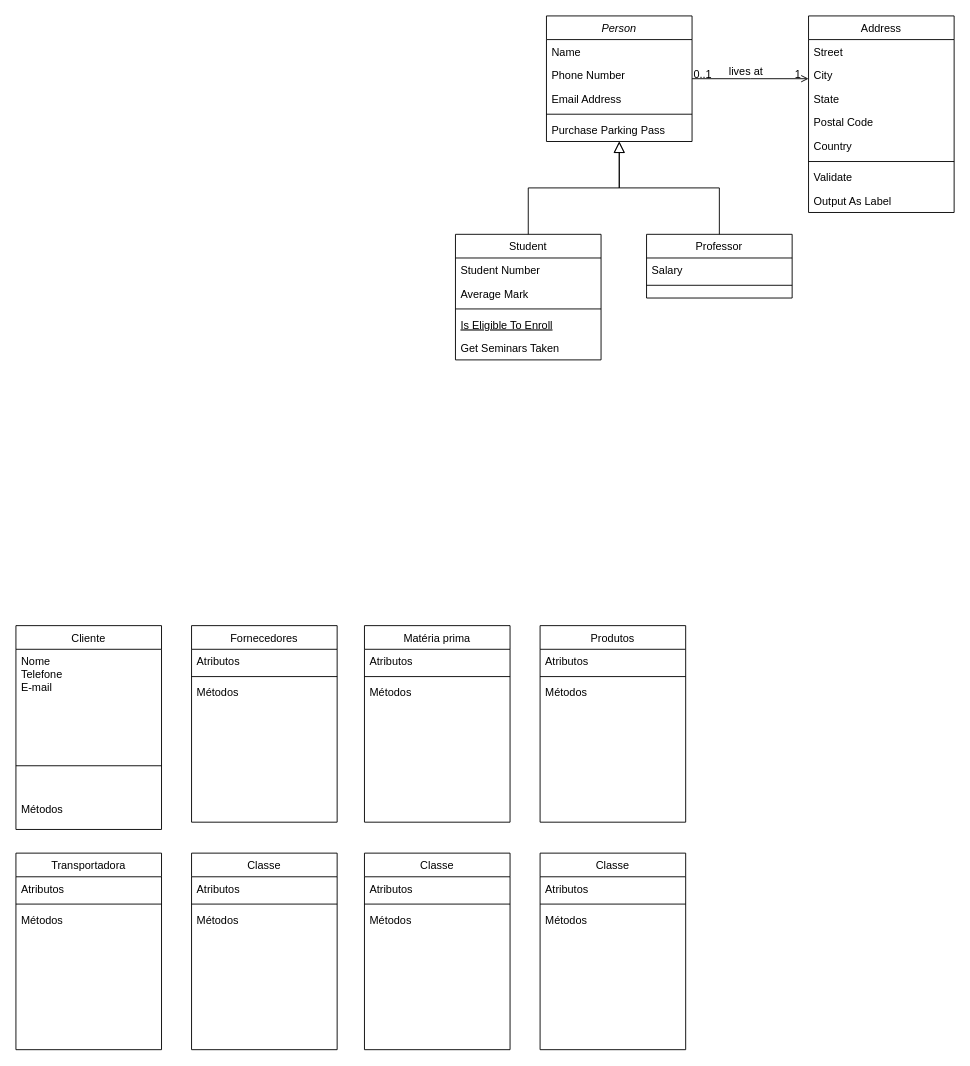
Above: diagramadeclasses.drawio in Barrosmaria07/fluxograma (draw.io), before the change. Source tidied: cells renumbered, new cells numbered last; positions are measured from the earlier drawing's top-left corner, leaving out a move shared by most shapes. Both pictures are drawn from the tidied source at 91%, with x=0, y=0 at pixel (15, 15).
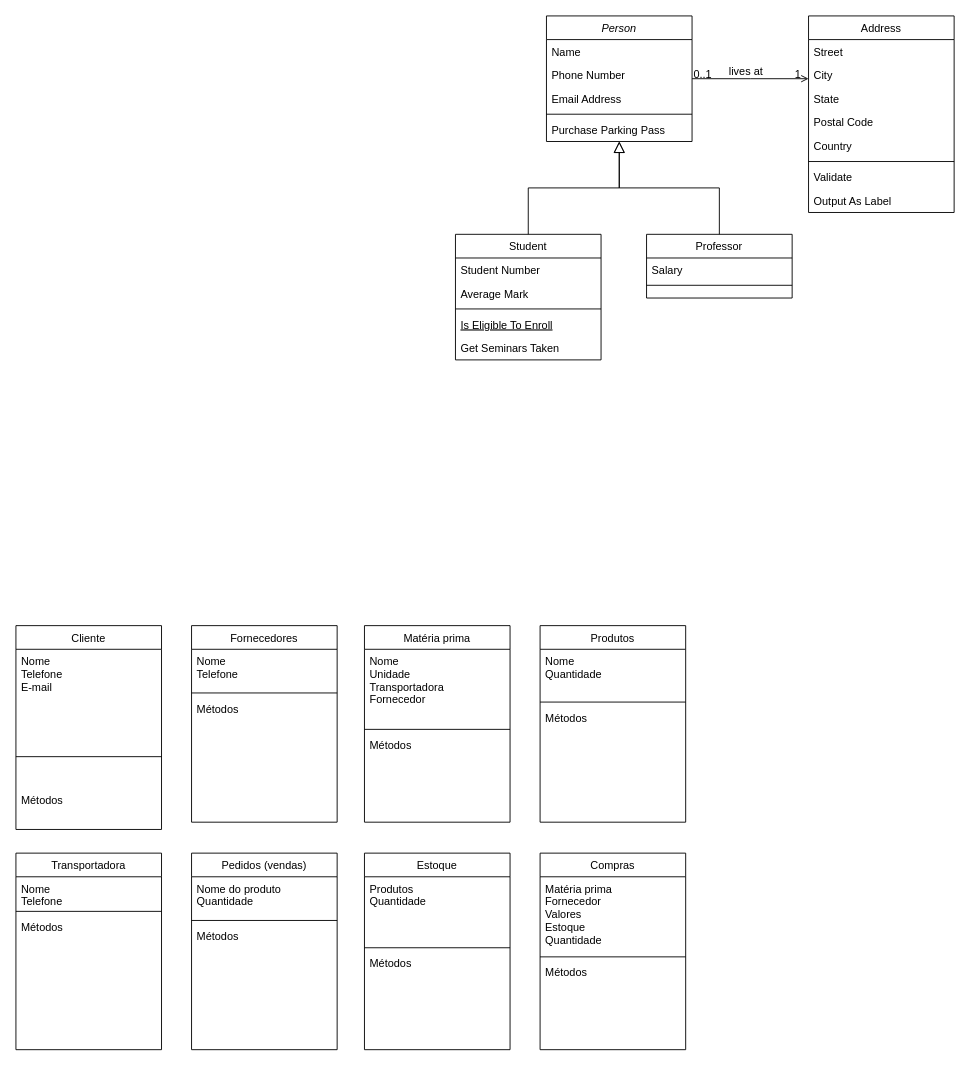
The same diagram, later.

Commit message:
diagramas de tela

Unchanged cells that the change refers to:
```xml
<mxCell id="32" value="Transportadora" style="swimlane;fontStyle=0;align=center;verticalAlign=top;horizontal=1;startSize=26;rounded=0;shadow=0;strokeWidth=1;" parent="1" vertex="1">
  <mxGeometry y="920" width="160" height="216" as="geometry" />
</mxCell>
<mxCell id="36" value="Fornecedores" style="swimlane;fontStyle=0;align=center;verticalAlign=top;horizontal=1;startSize=26;rounded=0;shadow=0;strokeWidth=1;" parent="1" vertex="1">
  <mxGeometry x="193" y="670" width="160" height="216" as="geometry" />
</mxCell>
<mxCell id="48" value="Cliente" style="swimlane;fontStyle=0;align=center;verticalAlign=top;horizontal=1;startSize=26;rounded=0;shadow=0;strokeWidth=1;" parent="1" vertex="1">
  <mxGeometry y="670" width="160" height="224" as="geometry" />
</mxCell>
<mxCell id="56" value="Matéria prima" style="swimlane;fontStyle=0;align=center;verticalAlign=top;horizontal=1;startSize=26;rounded=0;shadow=0;strokeWidth=1;" parent="1" vertex="1">
  <mxGeometry x="383" y="670" width="160" height="216" as="geometry" />
</mxCell>
<mxCell id="60" value="Produtos" style="swimlane;fontStyle=0;align=center;verticalAlign=top;horizontal=1;startSize=26;rounded=0;shadow=0;strokeWidth=1;" parent="1" vertex="1">
  <mxGeometry x="576" y="670" width="160" height="216" as="geometry" />
</mxCell>
```

The edit, as a diff of the source:
```diff
@@
-    <mxCell id="33" value="Atributos" style="text;align=left;verticalAlign=top;spacingLeft=4;spacingRight=4;overflow=hidden;" parent="32" vertex="1">
-      <mxGeometry y="26" width="160" height="26" as="geometry" />
+    <mxCell id="33" value="Nome &#10;Telefone&#10;" style="text;align=left;verticalAlign=top;spacingLeft=4;spacingRight=4;overflow=hidden;" parent="32" vertex="1">
+      <mxGeometry y="26" width="160" height="34" as="geometry" />
     </mxCell>
     <mxCell id="34" style="line;html=1;strokeWidth=1;align=left;verticalAlign=middle;spacingTop=-1;spacingLeft=3;spacingRight=3;labelPosition=right;" parent="32" vertex="1">
-      <mxGeometry y="52" width="160" height="8" as="geometry" />
+      <mxGeometry y="60" width="160" height="8" as="geometry" />
     </mxCell>
     <mxCell id="35" value="Métodos" style="text;align=left;verticalAlign=top;spacingLeft=4;spacingRight=4;overflow=hidden;" parent="32" vertex="1">
-      <mxGeometry y="60" width="160" height="26" as="geometry" />
+      <mxGeometry y="68" width="160" height="26" as="geometry" />
     </mxCell>
@@
-    <mxCell id="37" value="Atributos" style="text;align=left;verticalAlign=top;spacingLeft=4;spacingRight=4;overflow=hidden;" parent="36" vertex="1">
-      <mxGeometry y="26" width="160" height="26" as="geometry" />
+    <mxCell id="37" value="Nome &#10;Telefone&#10;" style="text;align=left;verticalAlign=top;spacingLeft=4;spacingRight=4;overflow=hidden;" parent="36" vertex="1">
+      <mxGeometry y="26" width="160" height="44" as="geometry" />
     </mxCell>
     <mxCell id="38" style="line;html=1;strokeWidth=1;align=left;verticalAlign=middle;spacingTop=-1;spacingLeft=3;spacingRight=3;labelPosition=right;" parent="36" vertex="1">
-      <mxGeometry y="52" width="160" height="8" as="geometry" />
+      <mxGeometry y="70" width="160" height="8" as="geometry" />
     </mxCell>
     <mxCell id="39" value="Métodos" style="text;align=left;verticalAlign=top;spacingLeft=4;spacingRight=4;overflow=hidden;" parent="36" vertex="1">
-      <mxGeometry y="60" width="160" height="26" as="geometry" />
+      <mxGeometry y="78" width="160" height="26" as="geometry" />
     </mxCell>
-    <mxCell id="40" value="Classe" style="swimlane;fontStyle=0;align=center;verticalAlign=top;horizontal=1;startSize=26;rounded=0;shadow=0;strokeWidth=1;" parent="1" vertex="1">
+    <mxCell id="40" value="Estoque" style="swimlane;fontStyle=0;align=center;verticalAlign=top;horizontal=1;startSize=26;rounded=0;shadow=0;strokeWidth=1;" parent="1" vertex="1">
       <mxGeometry x="383" y="920" width="160" height="216" as="geometry" />
     </mxCell>
-    <mxCell id="41" value="Atributos" style="text;align=left;verticalAlign=top;spacingLeft=4;spacingRight=4;overflow=hidden;" parent="40" vertex="1">
-      <mxGeometry y="26" width="160" height="26" as="geometry" />
+    <mxCell id="41" value="Produtos&#10;Quantidade" style="text;align=left;verticalAlign=top;spacingLeft=4;spacingRight=4;overflow=hidden;" parent="40" vertex="1">
+      <mxGeometry y="26" width="160" height="74" as="geometry" />
     </mxCell>
     <mxCell id="42" style="line;html=1;strokeWidth=1;align=left;verticalAlign=middle;spacingTop=-1;spacingLeft=3;spacingRight=3;labelPosition=right;" parent="40" vertex="1">
-      <mxGeometry y="52" width="160" height="8" as="geometry" />
+      <mxGeometry y="100" width="160" height="8" as="geometry" />
     </mxCell>
     <mxCell id="43" value="Métodos" style="text;align=left;verticalAlign=top;spacingLeft=4;spacingRight=4;overflow=hidden;" parent="40" vertex="1">
-      <mxGeometry y="60" width="160" height="26" as="geometry" />
+      <mxGeometry y="108" width="160" height="26" as="geometry" />
     </mxCell>
-    <mxCell id="44" value="Classe" style="swimlane;fontStyle=0;align=center;verticalAlign=top;horizontal=1;startSize=26;rounded=0;shadow=0;strokeWidth=1;" parent="1" vertex="1">
+    <mxCell id="44" value="Compras" style="swimlane;fontStyle=0;align=center;verticalAlign=top;horizontal=1;startSize=26;rounded=0;shadow=0;strokeWidth=1;" parent="1" vertex="1">
       <mxGeometry x="576" y="920" width="160" height="216" as="geometry" />
     </mxCell>
-    <mxCell id="45" value="Atributos" style="text;align=left;verticalAlign=top;spacingLeft=4;spacingRight=4;overflow=hidden;" parent="44" vertex="1">
-      <mxGeometry y="26" width="160" height="26" as="geometry" />
+    <mxCell id="45" value="Matéria prima&#10;Fornecedor&#10;Valores&#10;Estoque&#10;Quantidade" style="text;align=left;verticalAlign=top;spacingLeft=4;spacingRight=4;overflow=hidden;" parent="44" vertex="1">
+      <mxGeometry y="26" width="160" height="84" as="geometry" />
     </mxCell>
     <mxCell id="46" style="line;html=1;strokeWidth=1;align=left;verticalAlign=middle;spacingTop=-1;spacingLeft=3;spacingRight=3;labelPosition=right;" parent="44" vertex="1">
-      <mxGeometry y="52" width="160" height="8" as="geometry" />
+      <mxGeometry y="110" width="160" height="8" as="geometry" />
     </mxCell>
     <mxCell id="47" value="Métodos" style="text;align=left;verticalAlign=top;spacingLeft=4;spacingRight=4;overflow=hidden;" parent="44" vertex="1">
-      <mxGeometry y="60" width="160" height="26" as="geometry" />
+      <mxGeometry y="118" width="160" height="26" as="geometry" />
     </mxCell>
@@
     <mxCell id="49" value="Nome&#10;Telefone&#10;E-mail&#10;" style="text;align=left;verticalAlign=top;spacingLeft=4;spacingRight=4;overflow=hidden;" parent="48" vertex="1">
-      <mxGeometry y="26" width="160" height="94" as="geometry" />
+      <mxGeometry y="26" width="160" height="84" as="geometry" />
     </mxCell>
     <mxCell id="50" style="line;html=1;strokeWidth=1;align=left;verticalAlign=middle;spacingTop=-1;spacingLeft=3;spacingRight=3;labelPosition=right;" parent="48" vertex="1">
-      <mxGeometry y="120" width="160" height="68" as="geometry" />
+      <mxGeometry y="110" width="160" height="68" as="geometry" />
     </mxCell>
     <mxCell id="51" value="Métodos" style="text;align=left;verticalAlign=top;spacingLeft=4;spacingRight=4;overflow=hidden;" parent="48" vertex="1">
-      <mxGeometry y="188" width="160" height="26" as="geometry" />
+      <mxGeometry y="178" width="160" height="26" as="geometry" />
     </mxCell>
-    <mxCell id="52" value="Classe" style="swimlane;fontStyle=0;align=center;verticalAlign=top;horizontal=1;startSize=26;rounded=0;shadow=0;strokeWidth=1;" parent="1" vertex="1">
+    <mxCell id="52" value="Pedidos (vendas)" style="swimlane;fontStyle=0;align=center;verticalAlign=top;horizontal=1;startSize=26;rounded=0;shadow=0;strokeWidth=1;" parent="1" vertex="1">
       <mxGeometry x="193" y="920" width="160" height="216" as="geometry" />
     </mxCell>
-    <mxCell id="53" value="Atributos" style="text;align=left;verticalAlign=top;spacingLeft=4;spacingRight=4;overflow=hidden;" parent="52" vertex="1">
-      <mxGeometry y="26" width="160" height="26" as="geometry" />
+    <mxCell id="53" value="Nome do produto&#10;Quantidade&#10;" style="text;align=left;verticalAlign=top;spacingLeft=4;spacingRight=4;overflow=hidden;" parent="52" vertex="1">
+      <mxGeometry y="26" width="160" height="44" as="geometry" />
     </mxCell>
     <mxCell id="54" style="line;html=1;strokeWidth=1;align=left;verticalAlign=middle;spacingTop=-1;spacingLeft=3;spacingRight=3;labelPosition=right;" parent="52" vertex="1">
-      <mxGeometry y="52" width="160" height="8" as="geometry" />
+      <mxGeometry y="70" width="160" height="8" as="geometry" />
     </mxCell>
     <mxCell id="55" value="Métodos" style="text;align=left;verticalAlign=top;spacingLeft=4;spacingRight=4;overflow=hidden;" parent="52" vertex="1">
-      <mxGeometry y="60" width="160" height="26" as="geometry" />
+      <mxGeometry y="78" width="160" height="26" as="geometry" />
     </mxCell>
@@
-    <mxCell id="57" value="Atributos" style="text;align=left;verticalAlign=top;spacingLeft=4;spacingRight=4;overflow=hidden;" parent="56" vertex="1">
-      <mxGeometry y="26" width="160" height="26" as="geometry" />
+    <mxCell id="57" value="Nome&#10;Unidade&#10;Transportadora&#10;Fornecedor" style="text;align=left;verticalAlign=top;spacingLeft=4;spacingRight=4;overflow=hidden;" parent="56" vertex="1">
+      <mxGeometry y="26" width="160" height="84" as="geometry" />
     </mxCell>
     <mxCell id="58" style="line;html=1;strokeWidth=1;align=left;verticalAlign=middle;spacingTop=-1;spacingLeft=3;spacingRight=3;labelPosition=right;" parent="56" vertex="1">
-      <mxGeometry y="52" width="160" height="8" as="geometry" />
+      <mxGeometry y="110" width="160" height="8" as="geometry" />
     </mxCell>
     <mxCell id="59" value="Métodos" style="text;align=left;verticalAlign=top;spacingLeft=4;spacingRight=4;overflow=hidden;" parent="56" vertex="1">
-      <mxGeometry y="60" width="160" height="26" as="geometry" />
+      <mxGeometry y="118" width="160" height="26" as="geometry" />
     </mxCell>
@@
-    <mxCell id="61" value="Atributos" style="text;align=left;verticalAlign=top;spacingLeft=4;spacingRight=4;overflow=hidden;" parent="60" vertex="1">
-      <mxGeometry y="26" width="160" height="26" as="geometry" />
+    <mxCell id="61" value="Nome&#10;Quantidade" style="text;align=left;verticalAlign=top;spacingLeft=4;spacingRight=4;overflow=hidden;" parent="60" vertex="1">
+      <mxGeometry y="26" width="160" height="54" as="geometry" />
     </mxCell>
     <mxCell id="62" style="line;html=1;strokeWidth=1;align=left;verticalAlign=middle;spacingTop=-1;spacingLeft=3;spacingRight=3;labelPosition=right;" parent="60" vertex="1">
-      <mxGeometry y="52" width="160" height="8" as="geometry" />
+      <mxGeometry y="80" width="160" height="8" as="geometry" />
     </mxCell>
     <mxCell id="63" value="Métodos" style="text;align=left;verticalAlign=top;spacingLeft=4;spacingRight=4;overflow=hidden;" parent="60" vertex="1">
-      <mxGeometry y="60" width="160" height="26" as="geometry" />
+      <mxGeometry y="88" width="160" height="26" as="geometry" />
     </mxCell>
```
